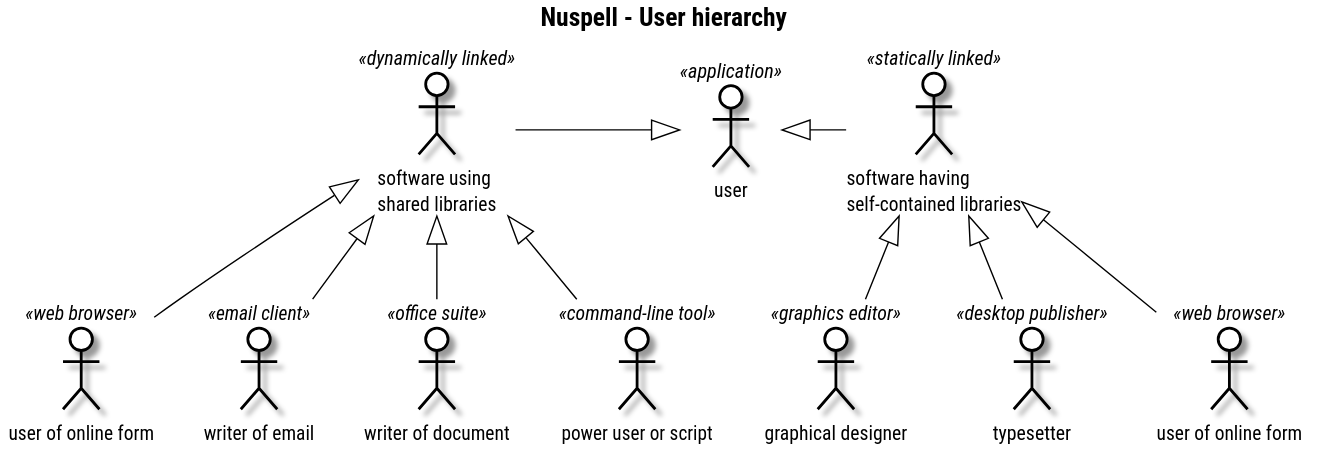
Earlier version of the PlantUML export uml/usecase-diagrams/99-user-hierarchy-usecase-diagram.svg (nuspell/misc-nuspell). Source of this version:
```plantuml
@startuml
skinparam BackgroundColor White|White
skinparam ArrowColor Black
skinparam DefaultFontName Roboto Condensed
skinparam TitleFontStyle Bold

skinparam NoteBackgroundColor White
skinparam NoteBorderColor Black

skinparam UsecaseBackgroundColor White
skinparam ActorBackgroundColor White
skinparam UsecaseBorderColor Black
skinparam ActorBorderColor Black

skinparam usecase {
	BackgroundColor<<for now out of scope>> Gray
}

skinparam StateBackgroundColor White
skinparam StateBorderColor Black

skinparam ActivityBackgroundColor White
skinparam ActivityDiamondBackgroundColor White
skinparam ActivityBorderColor Black
skinparam ActivityDiamondBorderColor Black

title Nuspell - User hierarchy

actor user as "user" <<application>>

actor dynamic as " software using\nshared libraries" <<dynamically linked>>
actor static as " software having\nself-contained libraries" <<statically linked>>

actor browser as "user of online form" <<web browser>>
actor email as "writer of email" <<email client>>
actor office as "writer of document" <<office suite>>
actor command as "power user or script" <<command-line tool>>

actor graphics as "graphical designer" <<graphics editor>>
actor dtp as "typesetter" <<desktop publisher>>
actor brwsr as "user of online form" <<web browser>>

user <|-left- dynamic
user <|-right- static
dynamic <|-- browser
dynamic <|-- email
dynamic <|-- office
dynamic <|-- command
static <|-- graphics
static <|-- dtp
static <|-- brwsr

@enduml
```
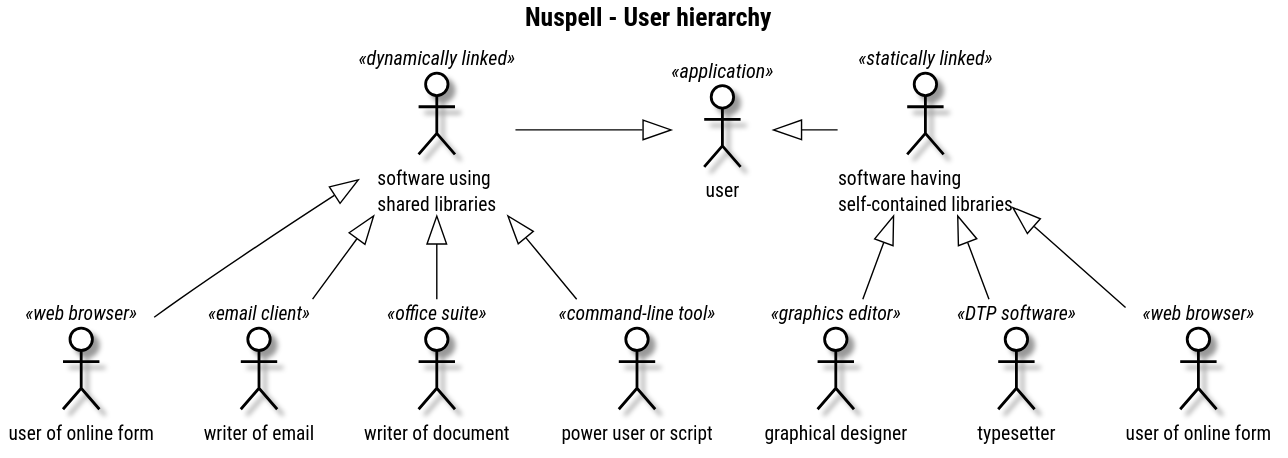
After the commit.

Commit message:
minmor spelling improvement

Diff of the diagram source:
```diff
@@ -37,7 +37,7 @@
 actor command as "power user or script" <<command-line tool>>
 
 actor graphics as "graphical designer" <<graphics editor>>
-actor dtp as "typesetter" <<desktop publisher>>
+actor dtp as "typesetter" <<DTP software>>
 actor brwsr as "user of online form" <<web browser>>
 
 user <|-left- dynamic
```
